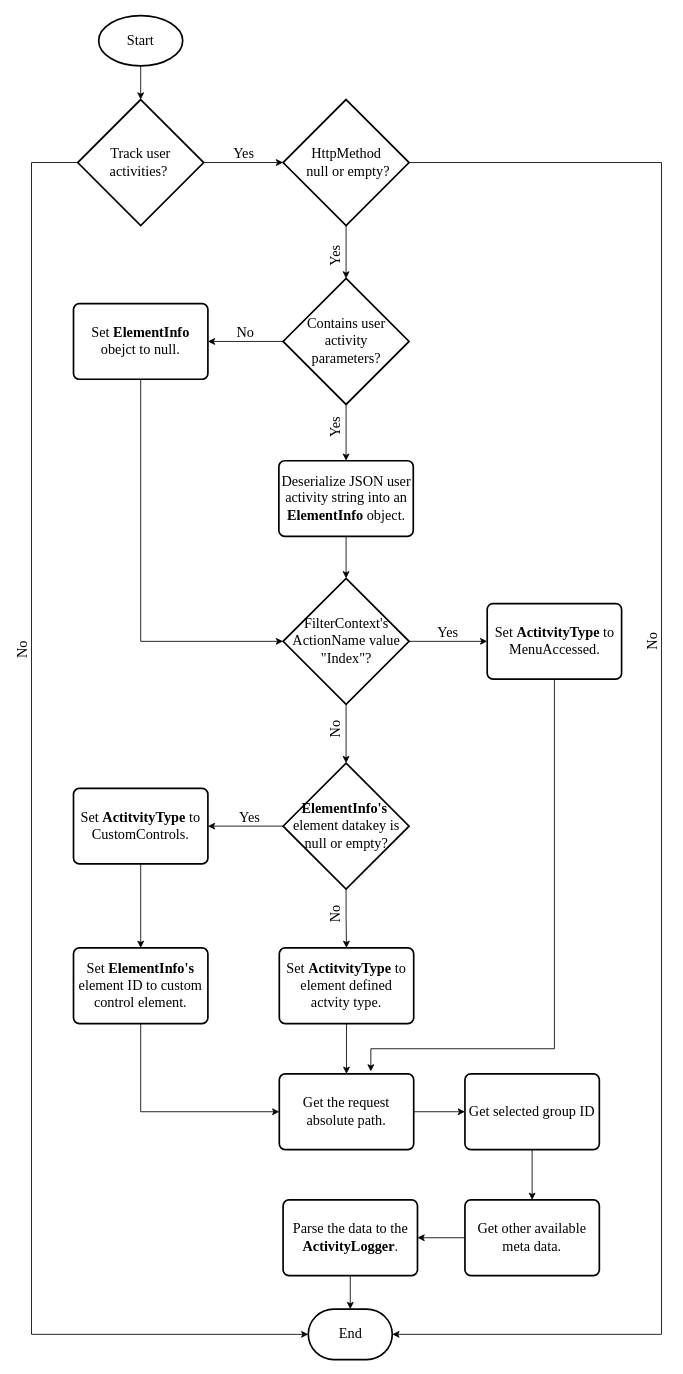
CorrieScheepers/Masters keeps this draw.io diagram as img/Chapter2/SystemB_FilterContext/SystemB_FilterContext.drawio. Above is the earlier version. Source tidied: cells renumbered, new cells numbered last; positions are measured from the earlier drawing's top-left corner, leaving out a move shared by most shapes. Both pictures are drawn from the tidied source at 84%, with x=0, y=0 at pixel (6, 15).
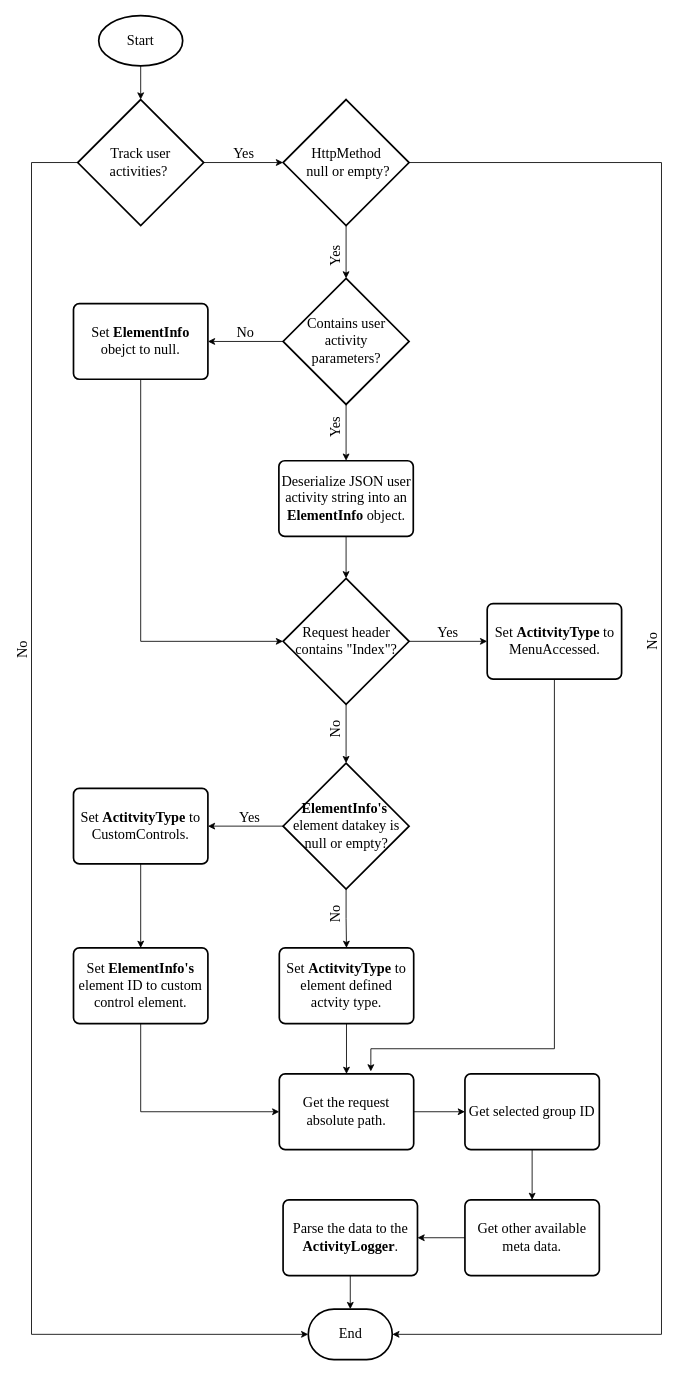
The same page after the edit.

The edit, as a diff of the source:
```diff
@@
-    <mxCell id="27" value="FilterContext's ActionName value &quot;Index&quot;?" style="strokeWidth=2;html=1;shape=mxgraph.flowchart.decision;whiteSpace=wrap;fontFamily=Times New Roman;fillColor=none;fontSize=17;" parent="1" vertex="1">
+    <mxCell id="27" value="Request header contains &quot;Index&quot;?" style="strokeWidth=2;html=1;shape=mxgraph.flowchart.decision;whiteSpace=wrap;fontFamily=Times New Roman;fillColor=none;fontSize=17;" parent="1" vertex="1">
       <mxGeometry x="329.5" y="670" width="150" height="150" as="geometry" />
     </mxCell>
```
